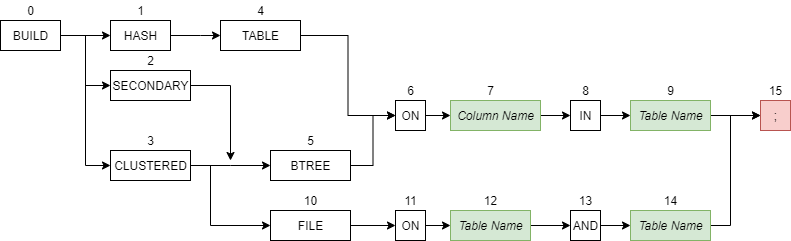
DeliciousWaffle/MastersProject keeps this draw.io diagram as src/files/assets/helpscreen/BuildFileStructureDiagram.png. Above is the earlier version. Source tidied: cells renumbered, new cells last; positions are measured from the earlier drawing's top-left corner, leaving out a move shared by most shapes.
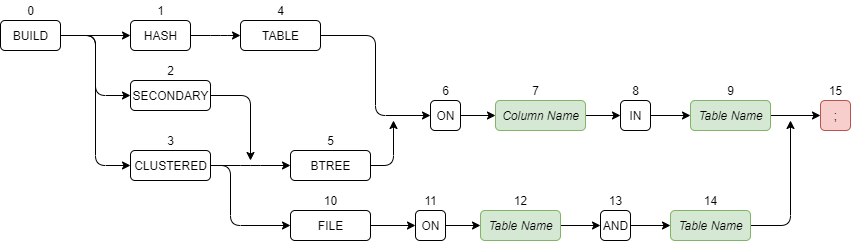
The same file after the commit.

What changed in the source:
```diff
@@ -2,177 +2,176 @@
   <root>
     <mxCell id="0" />
     <mxCell id="1" parent="0" />
-    <mxCell id="2" style="edgeStyle=orthogonalEdgeStyle;rounded=0;jettySize=auto;html=1;exitX=1;exitY=0.5;exitDx=0;exitDy=0;entryX=0;entryY=0.5;entryDx=0;entryDy=0;" parent="1" edge="1" source="5" target="16">
+    <mxCell id="2" style="edgeStyle=orthogonalEdgeStyle;jettySize=auto;html=1;exitX=1;exitY=0.5;exitDx=0;exitDy=0;entryX=0;entryY=0.5;entryDx=0;entryDy=0;" parent="1" edge="1" source="5" target="16">
       <mxGeometry relative="1" as="geometry" />
     </mxCell>
-    <mxCell id="3" style="edgeStyle=orthogonalEdgeStyle;rounded=0;jettySize=auto;html=1;exitX=1;exitY=0.5;exitDx=0;exitDy=0;entryX=0;entryY=0.5;entryDx=0;entryDy=0;" parent="1" edge="1" source="5" target="20">
+    <mxCell id="3" style="edgeStyle=orthogonalEdgeStyle;jettySize=auto;html=1;exitX=1;exitY=0.5;exitDx=0;exitDy=0;entryX=0;entryY=0.5;entryDx=0;entryDy=0;" parent="1" edge="1" source="5" target="20">
       <mxGeometry relative="1" as="geometry" />
     </mxCell>
-    <mxCell id="4" style="edgeStyle=orthogonalEdgeStyle;rounded=0;jettySize=auto;html=1;exitX=1;exitY=0.5;exitDx=0;exitDy=0;entryX=0;entryY=0.5;entryDx=0;entryDy=0;" parent="1" edge="1" source="5" target="23">
+    <mxCell id="4" style="edgeStyle=orthogonalEdgeStyle;jettySize=auto;html=1;exitX=1;exitY=0.5;exitDx=0;exitDy=0;entryX=0;entryY=0.5;entryDx=0;entryDy=0;" parent="1" edge="1" source="5" target="23">
       <mxGeometry relative="1" as="geometry" />
     </mxCell>
-    <mxCell id="5" value="BUILD" style="html=1;" parent="1" vertex="1">
+    <mxCell id="5" value="BUILD" style="html=1;rounded=1;" parent="1" vertex="1">
       <mxGeometry y="20" width="60" height="30" as="geometry" />
     </mxCell>
-    <mxCell id="6" value="0" style="text;html=1;align=center;verticalAlign=middle;" parent="1" vertex="1">
+    <mxCell id="6" value="0" style="text;html=1;align=center;verticalAlign=middle;rounded=1;" parent="1" vertex="1">
       <mxGeometry x="20" width="20" height="20" as="geometry" />
     </mxCell>
-    <mxCell id="7" style="edgeStyle=orthogonalEdgeStyle;rounded=0;jettySize=auto;html=1;exitX=1;exitY=0.5;exitDx=0;exitDy=0;" parent="1" edge="1" source="16">
+    <mxCell id="7" style="edgeStyle=orthogonalEdgeStyle;jettySize=auto;html=1;exitX=1;exitY=0.5;exitDx=0;exitDy=0;" parent="1" edge="1" source="16">
       <mxGeometry relative="1" as="geometry">
-        <mxPoint x="230" y="160" as="targetPoint" />
+        <mxPoint x="250" y="160" as="targetPoint" />
       </mxGeometry>
     </mxCell>
-    <mxCell id="8" value=";" style="html=1;fillColor=#f8cecc;strokeColor=#b85450;" parent="1" vertex="1">
-      <mxGeometry x="760" y="100" width="30" height="30" as="geometry" />
+    <mxCell id="8" value=";" style="html=1;fillColor=#f8cecc;strokeColor=#b85450;rounded=1;" parent="1" vertex="1">
+      <mxGeometry x="820" y="100" width="30" height="30" as="geometry" />
     </mxCell>
-    <mxCell id="9" value="15" style="text;html=1;align=center;verticalAlign=middle;" parent="1" vertex="1">
-      <mxGeometry x="760" y="80" width="30" height="20" as="geometry" />
+    <mxCell id="9" value="15" style="text;html=1;align=center;verticalAlign=middle;rounded=1;" parent="1" vertex="1">
+      <mxGeometry x="820" y="80" width="30" height="20" as="geometry" />
     </mxCell>
-    <mxCell id="10" style="edgeStyle=orthogonalEdgeStyle;rounded=0;jettySize=auto;html=1;exitX=1;exitY=0.5;exitDx=0;exitDy=0;entryX=0;entryY=0.5;entryDx=0;entryDy=0;" parent="1" edge="1" source="11" target="14">
+    <mxCell id="10" style="edgeStyle=orthogonalEdgeStyle;jettySize=auto;html=1;exitX=1;exitY=0.5;exitDx=0;exitDy=0;entryX=0;entryY=0.5;entryDx=0;entryDy=0;" parent="1" edge="1" source="11" target="14">
       <mxGeometry relative="1" as="geometry" />
     </mxCell>
-    <mxCell id="11" value="ON" style="html=1;" parent="1" vertex="1">
-      <mxGeometry x="395" y="100" width="30" height="30" as="geometry" />
+    <mxCell id="11" value="ON" style="html=1;rounded=1;" parent="1" vertex="1">
+      <mxGeometry x="430" y="100" width="30" height="30" as="geometry" />
     </mxCell>
-    <mxCell id="12" value="6" style="text;html=1;align=center;verticalAlign=middle;" parent="1" vertex="1">
-      <mxGeometry x="400" y="80" width="20" height="20" as="geometry" />
+    <mxCell id="12" value="6" style="text;html=1;align=center;verticalAlign=middle;rounded=1;" parent="1" vertex="1">
+      <mxGeometry x="435" y="80" width="20" height="20" as="geometry" />
     </mxCell>
-    <mxCell id="13" style="edgeStyle=orthogonalEdgeStyle;rounded=0;jettySize=auto;html=1;exitX=1;exitY=0.5;exitDx=0;exitDy=0;entryX=0;entryY=0.5;entryDx=0;entryDy=0;" parent="1" edge="1" source="14" target="38">
+    <mxCell id="13" style="edgeStyle=orthogonalEdgeStyle;jettySize=auto;html=1;exitX=1;exitY=0.5;exitDx=0;exitDy=0;entryX=0;entryY=0.5;entryDx=0;entryDy=0;" parent="1" edge="1" source="14" target="38">
       <mxGeometry relative="1" as="geometry" />
     </mxCell>
-    <mxCell id="14" value="&lt;i&gt;Column Name&lt;/i&gt;" style="html=1;fillColor=#d5e8d4;strokeColor=#82b366;" parent="1" vertex="1">
-      <mxGeometry x="450" y="100" width="90" height="30" as="geometry" />
+    <mxCell id="14" value="&lt;i&gt;Column Name&lt;/i&gt;" style="html=1;fillColor=#d5e8d4;strokeColor=#82b366;rounded=1;" parent="1" vertex="1">
+      <mxGeometry x="495" y="100" width="90" height="30" as="geometry" />
     </mxCell>
-    <mxCell id="15" value="7" style="text;html=1;align=center;verticalAlign=middle;" parent="1" vertex="1">
-      <mxGeometry x="480" y="80" width="20" height="20" as="geometry" />
+    <mxCell id="15" value="7" style="text;html=1;align=center;verticalAlign=middle;rounded=1;" parent="1" vertex="1">
+      <mxGeometry x="525" y="80" width="20" height="20" as="geometry" />
     </mxCell>
-    <mxCell id="16" value="SECONDARY" style="html=1;" parent="1" vertex="1">
-      <mxGeometry x="110" y="70" width="80" height="30" as="geometry" />
+    <mxCell id="16" value="SECONDARY" style="html=1;rounded=1;" parent="1" vertex="1">
+      <mxGeometry x="130" y="80" width="80" height="30" as="geometry" />
     </mxCell>
-    <mxCell id="17" value="2" style="text;html=1;align=center;verticalAlign=middle;" parent="1" vertex="1">
-      <mxGeometry x="140" y="50" width="20" height="20" as="geometry" />
+    <mxCell id="17" value="2" style="text;html=1;align=center;verticalAlign=middle;rounded=1;" parent="1" vertex="1">
+      <mxGeometry x="160" y="60" width="20" height="20" as="geometry" />
     </mxCell>
-    <mxCell id="18" style="edgeStyle=orthogonalEdgeStyle;rounded=0;jettySize=auto;html=1;exitX=1;exitY=0.5;exitDx=0;exitDy=0;entryX=0;entryY=0.5;entryDx=0;entryDy=0;" parent="1" edge="1" source="20" target="26">
+    <mxCell id="18" style="edgeStyle=orthogonalEdgeStyle;jettySize=auto;html=1;exitX=1;exitY=0.5;exitDx=0;exitDy=0;entryX=0;entryY=0.5;entryDx=0;entryDy=0;" parent="1" edge="1" source="20" target="26">
       <mxGeometry relative="1" as="geometry">
         <Array as="points">
-          <mxPoint x="230" y="165" />
-          <mxPoint x="230" y="165" />
+          <mxPoint x="250" y="165" />
+          <mxPoint x="250" y="165" />
         </Array>
       </mxGeometry>
     </mxCell>
-    <mxCell id="19" style="edgeStyle=orthogonalEdgeStyle;rounded=0;jettySize=auto;html=1;exitX=1;exitY=0.5;exitDx=0;exitDy=0;entryX=0;entryY=0.5;entryDx=0;entryDy=0;" parent="1" edge="1" source="20" target="29">
+    <mxCell id="19" style="edgeStyle=orthogonalEdgeStyle;jettySize=auto;html=1;exitX=1;exitY=0.5;exitDx=0;exitDy=0;entryX=0;entryY=0.5;entryDx=0;entryDy=0;" parent="1" edge="1" source="20" target="29">
       <mxGeometry relative="1" as="geometry">
         <Array as="points">
-          <mxPoint x="210" y="165" />
-          <mxPoint x="210" y="225" />
+          <mxPoint x="230" y="165" />
+          <mxPoint x="230" y="225" />
         </Array>
       </mxGeometry>
     </mxCell>
-    <mxCell id="20" value="CLUSTERED" style="html=1;" parent="1" vertex="1">
-      <mxGeometry x="110" y="150" width="80" height="30" as="geometry" />
+    <mxCell id="20" value="CLUSTERED" style="html=1;rounded=1;" parent="1" vertex="1">
+      <mxGeometry x="130" y="150" width="80" height="30" as="geometry" />
     </mxCell>
-    <mxCell id="21" value="1" style="text;html=1;align=center;verticalAlign=middle;" parent="1" vertex="1">
-      <mxGeometry x="130" width="20" height="20" as="geometry" />
+    <mxCell id="21" value="1" style="text;html=1;align=center;verticalAlign=middle;rounded=1;" parent="1" vertex="1">
+      <mxGeometry x="150" width="20" height="20" as="geometry" />
     </mxCell>
-    <mxCell id="22" style="edgeStyle=orthogonalEdgeStyle;rounded=0;jettySize=auto;html=1;exitX=1;exitY=0.5;exitDx=0;exitDy=0;entryX=0;entryY=0.5;entryDx=0;entryDy=0;" parent="1" edge="1" source="23" target="32">
+    <mxCell id="22" style="edgeStyle=orthogonalEdgeStyle;jettySize=auto;html=1;exitX=1;exitY=0.5;exitDx=0;exitDy=0;entryX=0;entryY=0.5;entryDx=0;entryDy=0;" parent="1" edge="1" source="23" target="32">
       <mxGeometry relative="1" as="geometry">
         <Array as="points">
-          <mxPoint x="200" y="35" />
-          <mxPoint x="200" y="35" />
+          <mxPoint x="220" y="35" />
+          <mxPoint x="220" y="35" />
         </Array>
       </mxGeometry>
     </mxCell>
-    <mxCell id="23" value="HASH" style="html=1;" parent="1" vertex="1">
-      <mxGeometry x="110" y="20" width="60" height="30" as="geometry" />
+    <mxCell id="23" value="HASH" style="html=1;rounded=1;" parent="1" vertex="1">
+      <mxGeometry x="130" y="20" width="60" height="30" as="geometry" />
     </mxCell>
-    <mxCell id="24" value="3" style="text;html=1;align=center;verticalAlign=middle;" parent="1" vertex="1">
-      <mxGeometry x="140" y="130" width="20" height="20" as="geometry" />
+    <mxCell id="24" value="3" style="text;html=1;align=center;verticalAlign=middle;rounded=1;" parent="1" vertex="1">
+      <mxGeometry x="160" y="130" width="20" height="20" as="geometry" />
     </mxCell>
-    <mxCell id="25" style="edgeStyle=orthogonalEdgeStyle;rounded=0;jettySize=auto;html=1;exitX=1;exitY=0.5;exitDx=0;exitDy=0;entryX=0;entryY=0.5;entryDx=0;entryDy=0;" parent="1" edge="1" source="26" target="11">
-      <mxGeometry relative="1" as="geometry" />
+    <mxCell id="25" style="edgeStyle=orthogonalEdgeStyle;jettySize=auto;html=1;exitX=1;exitY=0.5;exitDx=0;exitDy=0;" parent="1" edge="1" source="26">
+      <mxGeometry relative="1" as="geometry">
+        <mxPoint x="393" y="120" as="targetPoint" />
+      </mxGeometry>
     </mxCell>
-    <mxCell id="26" value="BTREE" style="html=1;" parent="1" vertex="1">
-      <mxGeometry x="270" y="150" width="80" height="30" as="geometry" />
+    <mxCell id="26" value="BTREE" style="html=1;rounded=1;" parent="1" vertex="1">
+      <mxGeometry x="290" y="150" width="80" height="30" as="geometry" />
     </mxCell>
-    <mxCell id="27" value="5" style="text;html=1;align=center;verticalAlign=middle;" parent="1" vertex="1">
-      <mxGeometry x="300" y="130" width="20" height="20" as="geometry" />
+    <mxCell id="27" value="5" style="text;html=1;align=center;verticalAlign=middle;rounded=1;" parent="1" vertex="1">
+      <mxGeometry x="320" y="130" width="20" height="20" as="geometry" />
     </mxCell>
-    <mxCell id="28" style="edgeStyle=orthogonalEdgeStyle;rounded=0;jettySize=auto;html=1;exitX=1;exitY=0.5;exitDx=0;exitDy=0;entryX=0;entryY=0.5;entryDx=0;entryDy=0;" parent="1" edge="1" source="29" target="41">
+    <mxCell id="28" style="edgeStyle=orthogonalEdgeStyle;jettySize=auto;html=1;exitX=1;exitY=0.5;exitDx=0;exitDy=0;entryX=0;entryY=0.5;entryDx=0;entryDy=0;" parent="1" edge="1" source="29" target="41">
       <mxGeometry relative="1" as="geometry" />
     </mxCell>
-    <mxCell id="29" value="FILE" style="html=1;" parent="1" vertex="1">
-      <mxGeometry x="270" y="210" width="80" height="30" as="geometry" />
+    <mxCell id="29" value="FILE" style="html=1;rounded=1;" parent="1" vertex="1">
+      <mxGeometry x="290" y="210" width="80" height="30" as="geometry" />
     </mxCell>
-    <mxCell id="30" value="10" style="text;html=1;align=center;verticalAlign=middle;" parent="1" vertex="1">
-      <mxGeometry x="295" y="190" width="30" height="20" as="geometry" />
+    <mxCell id="30" value="10" style="text;html=1;align=center;verticalAlign=middle;rounded=1;" parent="1" vertex="1">
+      <mxGeometry x="315" y="190" width="30" height="20" as="geometry" />
     </mxCell>
-    <mxCell id="31" style="edgeStyle=orthogonalEdgeStyle;rounded=0;jettySize=auto;html=1;exitX=1;exitY=0.5;exitDx=0;exitDy=0;entryX=0;entryY=0.5;entryDx=0;entryDy=0;" parent="1" edge="1" source="32" target="11">
+    <mxCell id="31" style="edgeStyle=orthogonalEdgeStyle;jettySize=auto;html=1;exitX=1;exitY=0.5;exitDx=0;exitDy=0;entryX=0;entryY=0.5;entryDx=0;entryDy=0;" parent="1" edge="1" source="32" target="11">
       <mxGeometry relative="1" as="geometry" />
     </mxCell>
-    <mxCell id="32" value="TABLE" style="html=1;" parent="1" vertex="1">
-      <mxGeometry x="220" y="20" width="80" height="30" as="geometry" />
+    <mxCell id="32" value="TABLE" style="html=1;rounded=1;" parent="1" vertex="1">
+      <mxGeometry x="240" y="20" width="80" height="30" as="geometry" />
     </mxCell>
-    <mxCell id="33" value="4" style="text;html=1;align=center;verticalAlign=middle;" parent="1" vertex="1">
-      <mxGeometry x="250" width="20" height="20" as="geometry" />
+    <mxCell id="33" value="4" style="text;html=1;align=center;verticalAlign=middle;rounded=1;" parent="1" vertex="1">
+      <mxGeometry x="270" width="20" height="20" as="geometry" />
     </mxCell>
-    <mxCell id="34" style="edgeStyle=orthogonalEdgeStyle;rounded=0;jettySize=auto;html=1;exitX=1;exitY=0.5;exitDx=0;exitDy=0;entryX=0;entryY=0.5;entryDx=0;entryDy=0;" parent="1" edge="1" source="35" target="8">
+    <mxCell id="34" style="edgeStyle=orthogonalEdgeStyle;jettySize=auto;html=1;exitX=1;exitY=0.5;exitDx=0;exitDy=0;entryX=0;entryY=0.5;entryDx=0;entryDy=0;" parent="1" edge="1" source="35" target="8">
       <mxGeometry relative="1" as="geometry" />
     </mxCell>
-    <mxCell id="35" value="&lt;i&gt;Table Name&lt;/i&gt;" style="html=1;fillColor=#d5e8d4;strokeColor=#82b366;" parent="1" vertex="1">
-      <mxGeometry x="630" y="100" width="80" height="30" as="geometry" />
+    <mxCell id="35" value="&lt;i&gt;Table Name&lt;/i&gt;" style="html=1;fillColor=#d5e8d4;strokeColor=#82b366;rounded=1;" parent="1" vertex="1">
+      <mxGeometry x="690" y="100" width="80" height="30" as="geometry" />
     </mxCell>
-    <mxCell id="36" value="9" style="text;html=1;align=center;verticalAlign=middle;" parent="1" vertex="1">
-      <mxGeometry x="660" y="80" width="20" height="20" as="geometry" />
+    <mxCell id="36" value="9" style="text;html=1;align=center;verticalAlign=middle;rounded=1;" parent="1" vertex="1">
+      <mxGeometry x="720" y="80" width="20" height="20" as="geometry" />
     </mxCell>
-    <mxCell id="37" style="edgeStyle=orthogonalEdgeStyle;rounded=0;jettySize=auto;html=1;exitX=1;exitY=0.5;exitDx=0;exitDy=0;entryX=0;entryY=0.5;entryDx=0;entryDy=0;" parent="1" edge="1" source="38" target="35">
+    <mxCell id="37" style="edgeStyle=orthogonalEdgeStyle;jettySize=auto;html=1;exitX=1;exitY=0.5;exitDx=0;exitDy=0;entryX=0;entryY=0.5;entryDx=0;entryDy=0;" parent="1" edge="1" source="38" target="35">
       <mxGeometry relative="1" as="geometry" />
     </mxCell>
-    <mxCell id="38" value="IN" style="html=1;" parent="1" vertex="1">
-      <mxGeometry x="570" y="100" width="30" height="30" as="geometry" />
+    <mxCell id="38" value="IN" style="html=1;rounded=1;" parent="1" vertex="1">
+      <mxGeometry x="620" y="100" width="30" height="30" as="geometry" />
     </mxCell>
-    <mxCell id="39" value="8" style="text;html=1;align=center;verticalAlign=middle;" parent="1" vertex="1">
-      <mxGeometry x="575" y="80" width="20" height="20" as="geometry" />
+    <mxCell id="39" value="8" style="text;html=1;align=center;verticalAlign=middle;rounded=1;" parent="1" vertex="1">
+      <mxGeometry x="625" y="80" width="20" height="20" as="geometry" />
     </mxCell>
-    <mxCell id="40" style="edgeStyle=orthogonalEdgeStyle;rounded=0;jettySize=auto;html=1;exitX=1;exitY=0.5;exitDx=0;exitDy=0;entryX=0;entryY=0.5;entryDx=0;entryDy=0;" parent="1" edge="1" source="41" target="44">
+    <mxCell id="40" style="edgeStyle=orthogonalEdgeStyle;jettySize=auto;html=1;exitX=1;exitY=0.5;exitDx=0;exitDy=0;entryX=0;entryY=0.5;entryDx=0;entryDy=0;" parent="1" edge="1" source="41" target="44">
       <mxGeometry relative="1" as="geometry" />
     </mxCell>
-    <mxCell id="41" value="ON" style="html=1;" parent="1" vertex="1">
-      <mxGeometry x="395" y="210" width="30" height="30" as="geometry" />
+    <mxCell id="41" value="ON" style="html=1;rounded=1;" parent="1" vertex="1">
+      <mxGeometry x="415" y="210" width="30" height="30" as="geometry" />
     </mxCell>
-    <mxCell id="42" value="11" style="text;html=1;align=center;verticalAlign=middle;" parent="1" vertex="1">
-      <mxGeometry x="395" y="190" width="30" height="20" as="geometry" />
+    <mxCell id="42" value="11" style="text;html=1;align=center;verticalAlign=middle;rounded=1;" parent="1" vertex="1">
+      <mxGeometry x="415" y="190" width="30" height="20" as="geometry" />
     </mxCell>
-    <mxCell id="43" style="edgeStyle=orthogonalEdgeStyle;rounded=0;jettySize=auto;html=1;exitX=1;exitY=0.5;exitDx=0;exitDy=0;entryX=0;entryY=0.5;entryDx=0;entryDy=0;" parent="1" edge="1" source="44" target="50">
+    <mxCell id="43" style="edgeStyle=orthogonalEdgeStyle;jettySize=auto;html=1;exitX=1;exitY=0.5;exitDx=0;exitDy=0;entryX=0;entryY=0.5;entryDx=0;entryDy=0;" parent="1" edge="1" source="44" target="50">
       <mxGeometry relative="1" as="geometry" />
     </mxCell>
-    <mxCell id="44" value="&lt;i&gt;Table Name&lt;/i&gt;" style="html=1;fillColor=#d5e8d4;strokeColor=#82b366;" parent="1" vertex="1">
-      <mxGeometry x="450" y="210" width="80" height="30" as="geometry" />
+    <mxCell id="44" value="&lt;i&gt;Table Name&lt;/i&gt;" style="html=1;fillColor=#d5e8d4;strokeColor=#82b366;rounded=1;" parent="1" vertex="1">
+      <mxGeometry x="480" y="210" width="80" height="30" as="geometry" />
     </mxCell>
-    <mxCell id="45" value="12" style="text;html=1;align=center;verticalAlign=middle;" parent="1" vertex="1">
-      <mxGeometry x="475" y="190" width="30" height="20" as="geometry" />
+    <mxCell id="45" value="12" style="text;html=1;align=center;verticalAlign=middle;rounded=1;" parent="1" vertex="1">
+      <mxGeometry x="505" y="190" width="30" height="20" as="geometry" />
     </mxCell>
-    <mxCell id="46" style="edgeStyle=orthogonalEdgeStyle;rounded=0;jettySize=auto;html=1;exitX=1;exitY=0.5;exitDx=0;exitDy=0;entryX=0;entryY=0.5;entryDx=0;entryDy=0;" parent="1" edge="1" source="47" target="8">
-      <mxGeometry relative="1" as="geometry">
-        <Array as="points">
-          <mxPoint x="730" y="225" />
-          <mxPoint x="730" y="115" />
-        </Array>
-      </mxGeometry>
-    </mxCell>
+    <mxCell id="52" style="edgeStyle=orthogonalEdgeStyle;rounded=1;jettySize=auto;html=1;exitX=1;exitY=0.5;exitDx=0;exitDy=0;" parent="1" edge="1" source="47">
+      <mxGeometry relative="1" as="geometry">
+        <mxPoint x="790" y="120" as="targetPoint" />
+      </mxGeometry>
+    </mxCell>
-    <mxCell id="47" value="&lt;i&gt;Table Name&lt;/i&gt;" style="html=1;fillColor=#d5e8d4;strokeColor=#82b366;" parent="1" vertex="1">
-      <mxGeometry x="630" y="210" width="80" height="30" as="geometry" />
+    <mxCell id="47" value="&lt;i&gt;Table Name&lt;/i&gt;" style="html=1;fillColor=#d5e8d4;strokeColor=#82b366;rounded=1;" parent="1" vertex="1">
+      <mxGeometry x="670" y="210" width="80" height="30" as="geometry" />
     </mxCell>
-    <mxCell id="48" value="14" style="text;html=1;align=center;verticalAlign=middle;" parent="1" vertex="1">
-      <mxGeometry x="655" y="190" width="30" height="20" as="geometry" />
+    <mxCell id="48" value="14" style="text;html=1;align=center;verticalAlign=middle;rounded=1;" parent="1" vertex="1">
+      <mxGeometry x="695" y="190" width="30" height="20" as="geometry" />
     </mxCell>
-    <mxCell id="49" style="edgeStyle=orthogonalEdgeStyle;rounded=0;jettySize=auto;html=1;exitX=1;exitY=0.5;exitDx=0;exitDy=0;entryX=0;entryY=0.5;entryDx=0;entryDy=0;" parent="1" edge="1" source="50" target="47">
+    <mxCell id="49" style="edgeStyle=orthogonalEdgeStyle;jettySize=auto;html=1;exitX=1;exitY=0.5;exitDx=0;exitDy=0;entryX=0;entryY=0.5;entryDx=0;entryDy=0;" parent="1" edge="1" source="50" target="47">
       <mxGeometry relative="1" as="geometry" />
     </mxCell>
-    <mxCell id="50" value="AND" style="html=1;" parent="1" vertex="1">
-      <mxGeometry x="570" y="210" width="30" height="30" as="geometry" />
+    <mxCell id="50" value="AND" style="html=1;rounded=1;" parent="1" vertex="1">
+      <mxGeometry x="600" y="210" width="30" height="30" as="geometry" />
     </mxCell>
-    <mxCell id="51" value="13" style="text;html=1;align=center;verticalAlign=middle;" parent="1" vertex="1">
-      <mxGeometry x="570" y="190" width="30" height="20" as="geometry" />
+    <mxCell id="51" value="13" style="text;html=1;align=center;verticalAlign=middle;rounded=1;" parent="1" vertex="1">
+      <mxGeometry x="600" y="190" width="30" height="20" as="geometry" />
     </mxCell>
   </root>
 </mxGraphModel>
```
